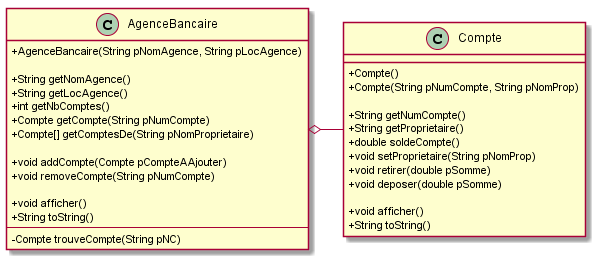
Above: POO/images/tp4-AG-Compte.png in IUT-Blagnac/POO (PlantUML), before the change.
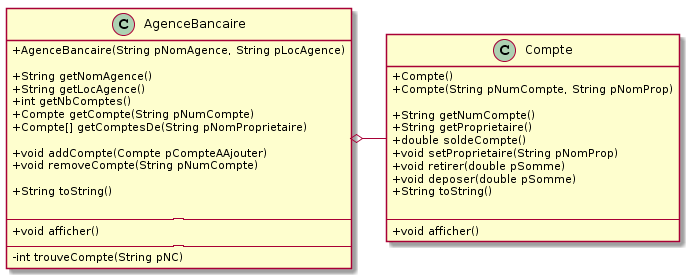
After the commit.

Diff of the diagram source:
```diff
@@ -13,10 +13,12 @@
 	+ void addCompte(Compte pCompteAAjouter)
 	+ void removeCompte(String pNumCompte)
 
+	+ String toString()
+
+	--------
 	+ void afficher()
-	+ String toString()
-	---
-	- Compte trouveCompte(String pNC)
+	--------
+	- int trouveCompte(String pNC)
 }
 
 class Compte {
@@ -29,11 +31,11 @@
 	+ void setProprietaire(String pNomProp)
 	+ void retirer(double pSomme)
 	+ void deposer(double pSomme)
+	+ String toString()
 
+	--------
 	+ void afficher()
-	+ String toString()
 }
 
 AgenceBancaire o- Compte
-
 @enduml
```
